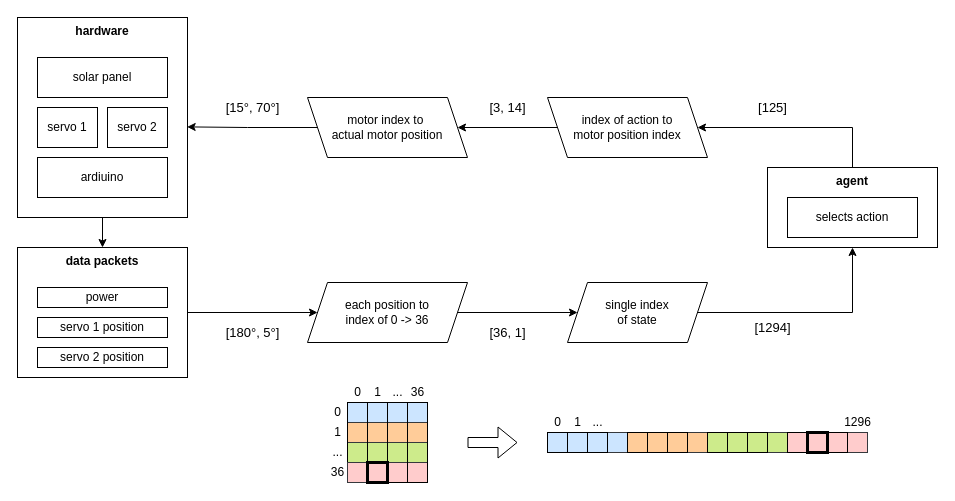
Earlier version of the draw.io diagram page "state_representation" (1 of 5) of schematics/agent_design.drawio (jogrady23/rl-solar). Source tidied: cells renumbered, new cells numbered last; positions are measured from the earlier drawing's top-left corner, leaving out a move shared by most shapes. Both pictures are drawn from the tidied source at 100%, with x=0, y=0 at pixel (17, 17).
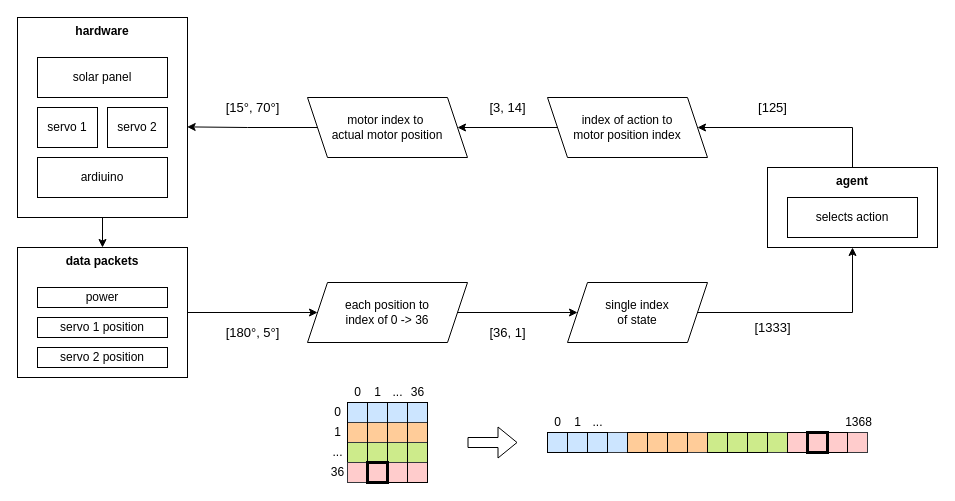
The same diagram, later.

Diff of the diagram source:
```diff
@@
-    <mxCell id="51" value="1296" style="text;html=1;align=center;verticalAlign=middle;strokeColor=none;fillColor=none;fontSize=12;" parent="1" vertex="1">
-      <mxGeometry x="820" y="395" width="40" height="20" as="geometry" />
+    <mxCell id="51" value="1368" style="text;html=1;align=center;verticalAlign=middle;strokeColor=none;fillColor=none;fontSize=12;" parent="1" vertex="1">
+      <mxGeometry x="822" y="396" width="37" height="18" as="geometry" />
     </mxCell>
@@
-    <mxCell id="64" value="[1294]" style="text;html=1;align=center;verticalAlign=middle;strokeColor=none;fillColor=none;fontSize=13;" parent="1" vertex="1">
-      <mxGeometry x="730" y="300" width="50" height="20" as="geometry" />
+    <mxCell id="64" value="[1333]" style="text;html=1;align=center;verticalAlign=middle;strokeColor=none;fillColor=none;fontSize=13;" parent="1" vertex="1">
+      <mxGeometry x="732" y="300" width="46" height="20" as="geometry" />
     </mxCell>
```
